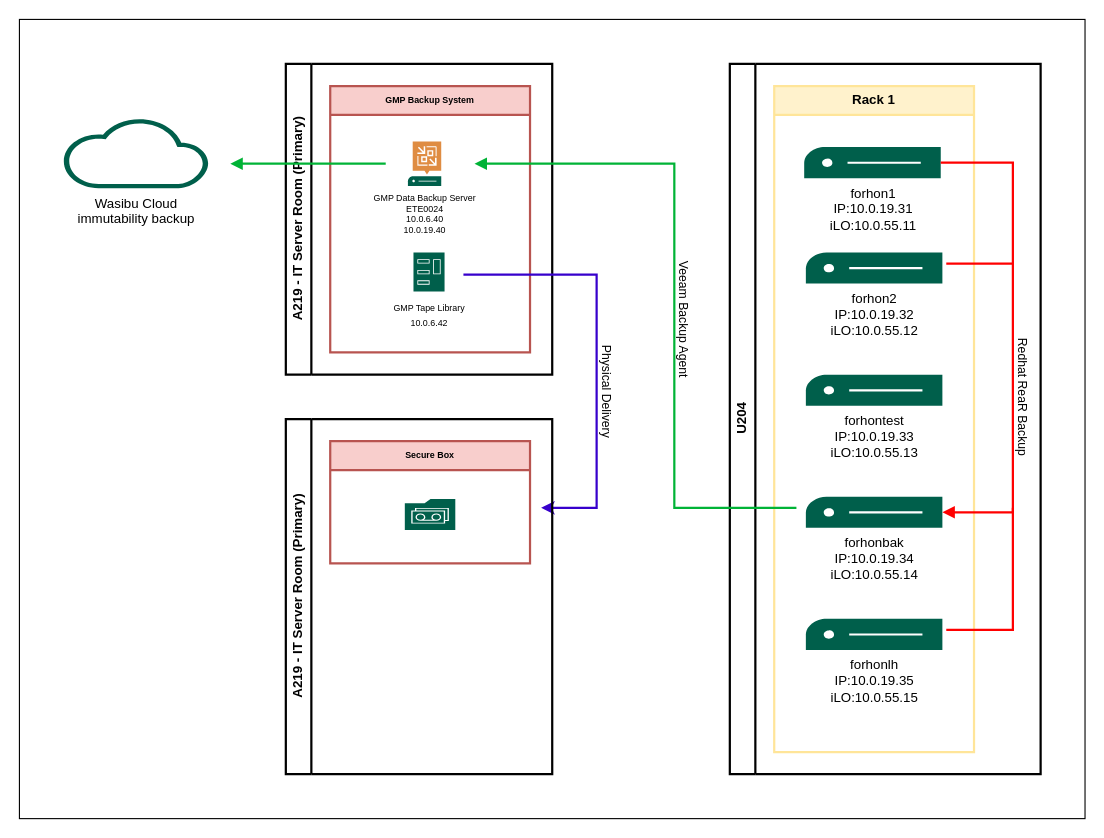
Earlier version of the draw.io diagram SSI Backup.drawio (rwo001/FP). Source tidied: cells renumbered, new cells numbered last; positions are measured from the earlier drawing's top-left corner, leaving out a move shared by most shapes. Both pictures are drawn from the tidied source at 111%, with x=0, y=0 at pixel (19, 19).
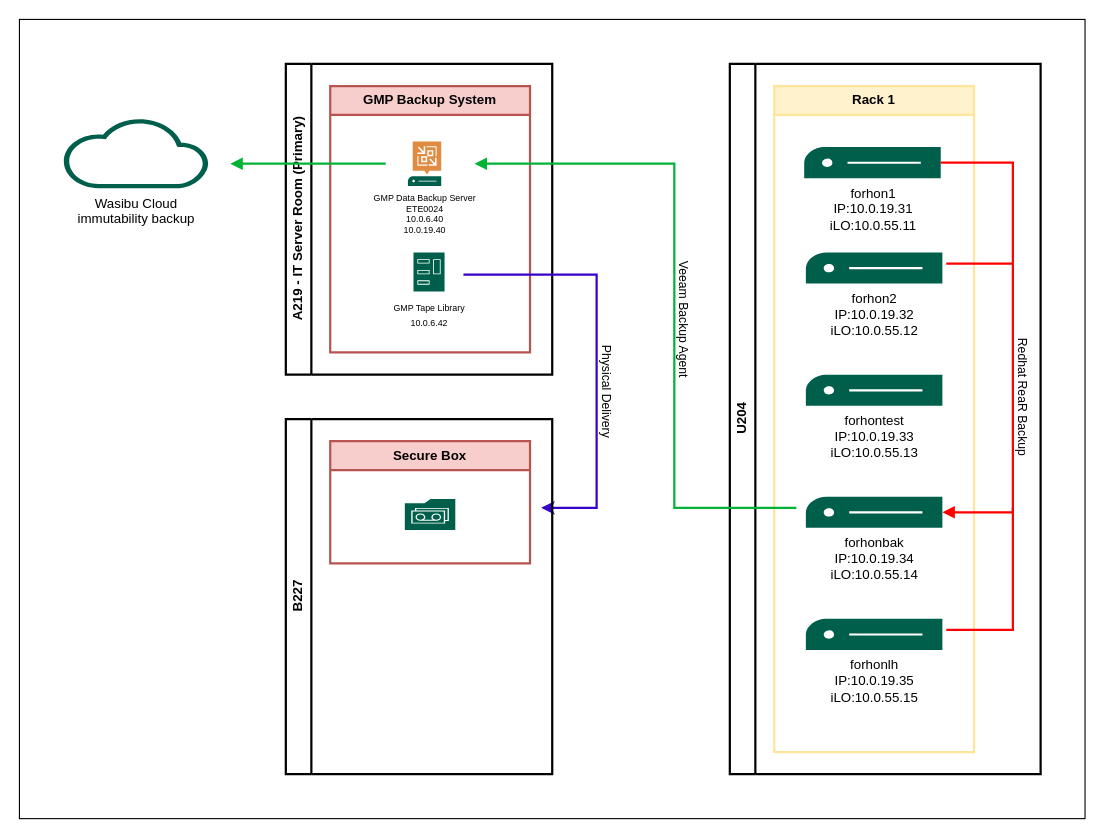
Above is the later version.

Unchanged cells that the change refers to:
```xml
<mxCell id="14" value="&lt;font style=&quot;font-size: 12px;&quot;&gt;A219 - IT Server Room (Primary)&lt;/font&gt;" style="swimlane;horizontal=0;whiteSpace=wrap;html=1;strokeWidth=2;strokeColor=#000000;fontSize=8;fontFamily=Helvetica;fontStyle=1;" parent="1" vertex="1">
  <mxGeometry x="240" y="40" width="240" height="280" as="geometry" />
</mxCell>
```

Change to the diagram source:
```diff
@@
-    <mxCell id="15" value="GMP Backup System" style="swimlane;whiteSpace=wrap;html=1;startSize=26;strokeColor=#b85450;strokeWidth=2;fillColor=#f8cecc;fontSize=8;" parent="14" vertex="1">
+    <mxCell id="15" value="&lt;font style=&quot;font-size: 12px;&quot;&gt;GMP Backup System&lt;/font&gt;" style="swimlane;whiteSpace=wrap;html=1;startSize=26;strokeColor=#b85450;strokeWidth=2;fillColor=#f8cecc;fontSize=8;" parent="14" vertex="1">
       <mxGeometry x="40" y="20" width="180" height="240" as="geometry" />
     </mxCell>
@@
-    <mxCell id="24" value="&lt;font style=&quot;font-size: 12px;&quot;&gt;A219 - IT Server Room (Primary)&lt;/font&gt;" style="swimlane;horizontal=0;whiteSpace=wrap;html=1;strokeWidth=2;strokeColor=#000000;fontSize=8;fontFamily=Helvetica;fontStyle=1;" parent="1" vertex="1">
+    <mxCell id="24" value="&lt;font style=&quot;font-size: 12px;&quot;&gt;B227&lt;/font&gt;" style="swimlane;horizontal=0;whiteSpace=wrap;html=1;strokeWidth=2;strokeColor=#000000;fontSize=8;fontFamily=Helvetica;fontStyle=1;" parent="1" vertex="1">
       <mxGeometry x="240" y="360" width="240" height="320" as="geometry" />
     </mxCell>
-    <mxCell id="25" value="Secure Box" style="swimlane;whiteSpace=wrap;html=1;startSize=26;strokeColor=#b85450;strokeWidth=2;fillColor=#f8cecc;fontSize=8;" parent="24" vertex="1">
+    <mxCell id="25" value="&lt;font style=&quot;font-size: 12px;&quot;&gt;Secure Box&lt;/font&gt;" style="swimlane;whiteSpace=wrap;html=1;startSize=26;strokeColor=#b85450;strokeWidth=2;fillColor=#f8cecc;fontSize=8;" parent="24" vertex="1">
       <mxGeometry x="40" y="20" width="180" height="110" as="geometry" />
     </mxCell>
```
